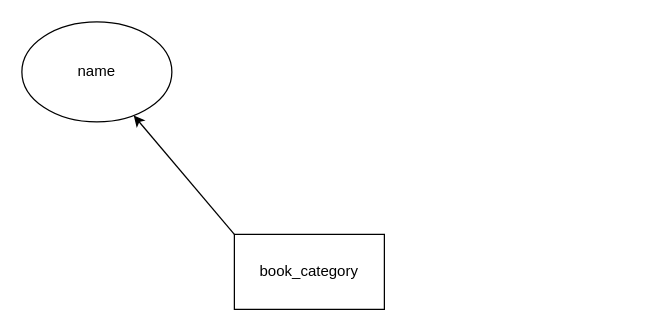
This is database/book_category.drawio from xiaohei7529/bms, a draw.io file, before an edit. Source tidied: cells renumbered, new cells numbered last; positions are measured from the earlier drawing's top-left corner, leaving out a move shared by most shapes. Both pictures are drawn from the tidied source at 125%, with x=0, y=0 at pixel (21, 21).
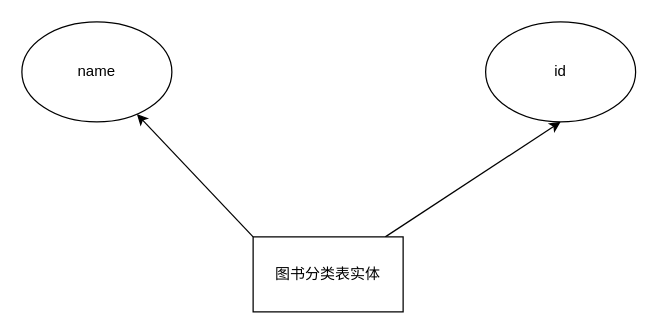
After the change.

Diff of the diagram source:
```diff
@@
 <mxGraphModel>
   <root>
     <mxCell id="0" />
     <mxCell id="1" parent="0" />
+    <mxCell id="5" style="edgeStyle=none;html=1;entryX=0.5;entryY=1;entryDx=0;entryDy=0;" parent="1" edge="1" source="2" target="6">
+      <mxGeometry relative="1" as="geometry" />
+    </mxCell>
-    <mxCell id="2" value="book_category" style="rounded=0;whiteSpace=wrap;html=1;" parent="1" vertex="1">
-      <mxGeometry x="170" y="170" width="120" height="60" as="geometry" />
+    <mxCell id="2" value="图书分类表实体" style="rounded=0;whiteSpace=wrap;html=1;" parent="1" vertex="1">
+      <mxGeometry x="185" y="172" width="120" height="60" as="geometry" />
     </mxCell>
     <mxCell id="3" value="name" style="ellipse;whiteSpace=wrap;html=1;" parent="1" vertex="1">
       <mxGeometry width="120" height="80" as="geometry" />
     </mxCell>
     <mxCell id="4" style="endArrow=classic;html=1;exitX=0;exitY=0;exitDx=0;exitDy=0;" parent="1" edge="1" source="2" target="3">
       <mxGeometry relative="1" as="geometry" />
     </mxCell>
+    <mxCell id="6" value="id" style="ellipse;whiteSpace=wrap;html=1;" parent="1" vertex="1">
+      <mxGeometry x="371" width="120" height="80" as="geometry" />
+    </mxCell>
   </root>
 </mxGraphModel>
```
